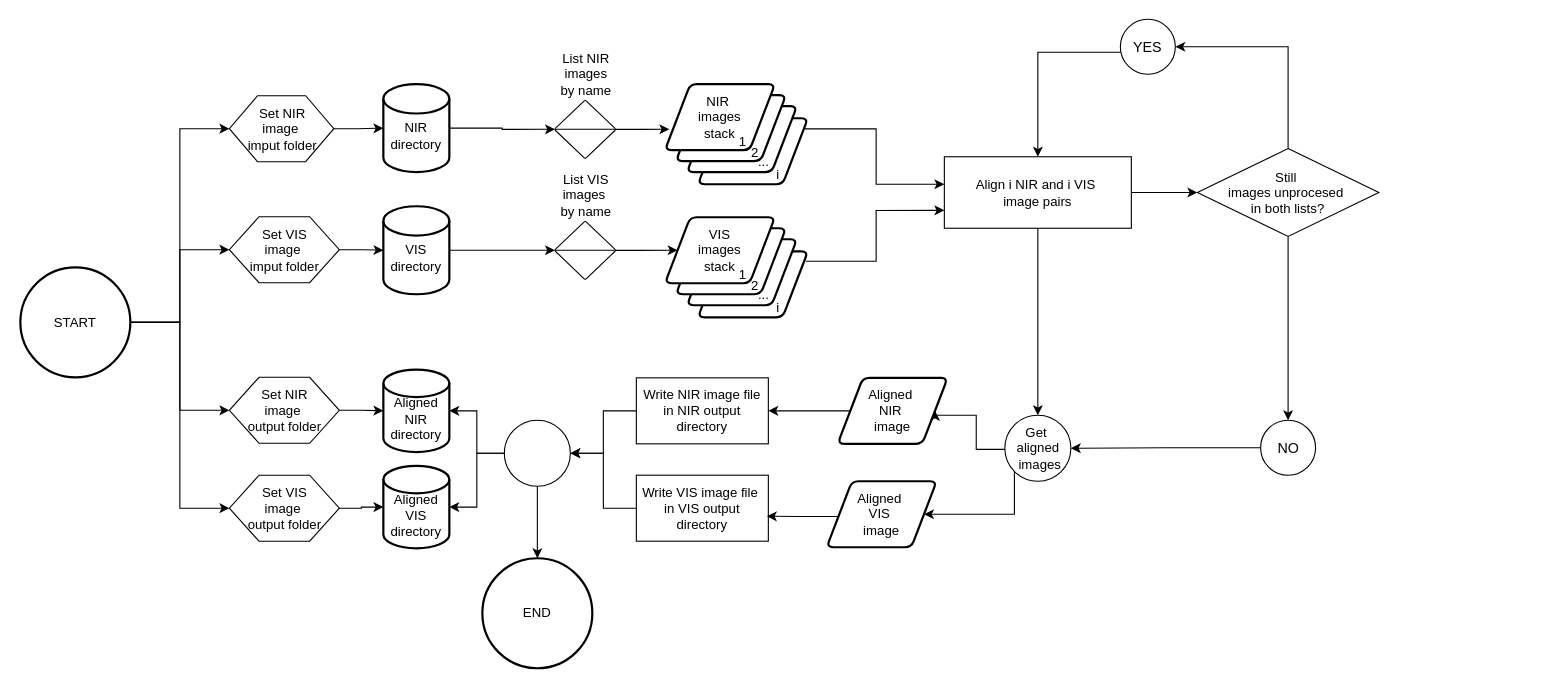
Before: vignettes/vignette_ImageJ_preprocessing/Alignment_Process_macro_diagram.drawio in MMolBus/PhotomossR, a draw.io diagram. Source tidied: cells renumbered, new cells numbered last; positions are measured from the earlier drawing's top-left corner, leaving out a move shared by most shapes. Both pictures are drawn from the tidied source at 110%, with x=0, y=0 at pixel (20, 19).
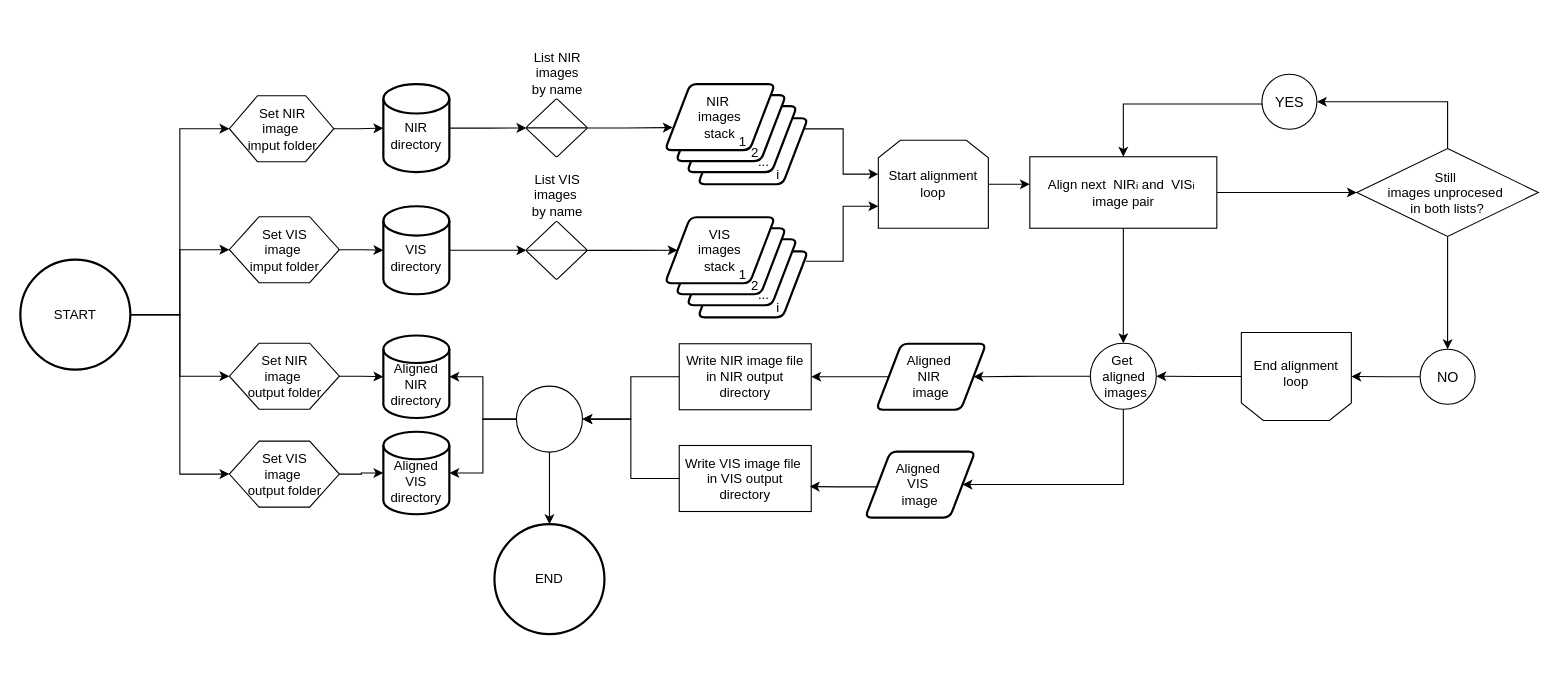
After the change.

Commit message:
refactor: Alignment_Process_macro_diagram.drawio add loop limits

The change refers to these unchanged cells:
```xml
<mxCell id="37" style="shape=parallelogram;html=1;strokeWidth=2;perimeter=parallelogramPerimeter;whiteSpace=wrap;rounded=1;arcSize=12;size=0.23;" parent="36" vertex="1">
  <mxGeometry x="30" y="31" width="100" height="60" as="geometry" />
</mxCell>
<mxCell id="40" value="&lt;span style=&quot;background-color: transparent; color: light-dark(rgb(0, 0, 0), rgb(255, 255, 255));&quot;&gt;NIR&amp;nbsp;&lt;/span&gt;&lt;div&gt;&lt;div&gt;images&lt;/div&gt;&lt;/div&gt;&lt;div&gt;stack&lt;/div&gt;" style="shape=parallelogram;html=1;strokeWidth=2;perimeter=parallelogramPerimeter;whiteSpace=wrap;rounded=1;arcSize=12;size=0.23;" parent="36" vertex="1">
  <mxGeometry width="100" height="60" as="geometry" />
</mxCell>
<mxCell id="47" style="shape=parallelogram;html=1;strokeWidth=2;perimeter=parallelogramPerimeter;whiteSpace=wrap;rounded=1;arcSize=12;size=0.23;" parent="46" vertex="1">
  <mxGeometry x="30" y="31" width="100" height="60" as="geometry" />
</mxCell>
```

What changed in the source:
```diff
@@
     <mxCell id="9" value="START" style="strokeWidth=2;html=1;shape=mxgraph.flowchart.start_2;whiteSpace=wrap;" parent="1" vertex="1">
-      <mxGeometry y="225.5" width="100" height="100" as="geometry" />
+      <mxGeometry y="218.5" width="100" height="100" as="geometry" />
     </mxCell>
@@
     <mxCell id="11" value="Set NIR&lt;div&gt;image&amp;nbsp;&lt;/div&gt;&lt;div&gt;output folder&lt;/div&gt;" style="verticalLabelPosition=middle;verticalAlign=middle;html=1;shape=hexagon;perimeter=hexagonPerimeter2;arcSize=6;size=0.27;labelPosition=center;align=center;" parent="1" vertex="1">
-      <mxGeometry x="190" y="325.5" width="100" height="60" as="geometry" />
+      <mxGeometry x="190" y="294.5" width="100" height="60" as="geometry" />
     </mxCell>
     <mxCell id="12" value="Set VIS&lt;div&gt;image&amp;nbsp;&lt;/div&gt;&lt;div&gt;output folder&lt;/div&gt;" style="verticalLabelPosition=middle;verticalAlign=middle;html=1;shape=hexagon;perimeter=hexagonPerimeter2;arcSize=6;size=0.27;labelPosition=center;align=center;" parent="1" vertex="1">
-      <mxGeometry x="190" y="414.5" width="100" height="60" as="geometry" />
+      <mxGeometry x="190" y="383.5" width="100" height="60" as="geometry" />
     </mxCell>
-    <mxCell id="13" style="edgeStyle=orthogonalEdgeStyle;rounded=0;jettySize=auto;html=1;" parent="1" edge="1" source="14">
-      <mxGeometry relative="1" as="geometry">
-        <mxPoint x="590" y="100" as="targetPoint" />
-      </mxGeometry>
+    <mxCell id="13" style="edgeStyle=orthogonalEdgeStyle;rounded=0;jettySize=auto;html=1;entryX=0.071;entryY=0.657;entryDx=0;entryDy=0;entryPerimeter=0;" parent="1" edge="1" source="14" target="40">
+      <mxGeometry relative="1" as="geometry" />
     </mxCell>
     <mxCell id="14" value="&lt;span style=&quot;background-color: rgb(255, 255, 255);&quot;&gt;List NIR&lt;/span&gt;&lt;div&gt;&lt;span style=&quot;background-color: transparent; color: light-dark(rgb(0, 0, 0), rgb(255, 255, 255));&quot;&gt;images&lt;/span&gt;&lt;/div&gt;&lt;div&gt;&lt;span style=&quot;background-color: transparent; color: light-dark(rgb(0, 0, 0), rgb(255, 255, 255));&quot;&gt;by name&lt;/span&gt;&lt;/div&gt;" style="verticalLabelPosition=top;verticalAlign=bottom;html=1;shape=mxgraph.flowchart.sort;labelPosition=center;align=center;horizontal=1;fontSize=12;" parent="1" vertex="1">
-      <mxGeometry x="486" y="73.8" width="55" height="52.5" as="geometry" />
+      <mxGeometry x="460" y="72.5" width="55" height="52.5" as="geometry" />
     </mxCell>
@@
     <mxCell id="16" value="List VIS&lt;div&gt;images&amp;nbsp;&lt;/div&gt;&lt;div&gt;by name&lt;/div&gt;" style="verticalLabelPosition=top;verticalAlign=bottom;html=1;shape=mxgraph.flowchart.sort;labelPosition=center;align=center;horizontal=1;fontSize=12;" parent="1" vertex="1">
-      <mxGeometry x="486" y="183.8" width="55" height="52.5" as="geometry" />
+      <mxGeometry x="460" y="183.8" width="55" height="52.5" as="geometry" />
     </mxCell>
@@
-    <mxCell id="18" value="Align i NIR and i VIS&amp;nbsp;&lt;div&gt;image pairs&lt;/div&gt;" style="rounded=0;whiteSpace=wrap;html=1;" parent="1" vertex="1">
-      <mxGeometry x="840" y="125" width="170" height="65" as="geometry" />
+    <mxCell id="18" value="Align next&amp;nbsp; NIR&lt;font style=&quot;font-size: 9px;&quot;&gt;i&lt;/font&gt;&amp;nbsp;and&amp;nbsp; VIS&lt;span style=&quot;font-size: 9px;&quot;&gt;i&lt;/span&gt;&amp;nbsp;&lt;div&gt;image pair&lt;/div&gt;" style="rounded=0;whiteSpace=wrap;html=1;" parent="1" vertex="1">
+      <mxGeometry x="917.7" y="125" width="170" height="65" as="geometry" />
     </mxCell>
     <mxCell id="19" style="edgeStyle=orthogonalEdgeStyle;rounded=0;jettySize=auto;html=1;entryX=1;entryY=0.5;entryDx=0;entryDy=0;exitX=0.5;exitY=0;exitDx=0;exitDy=0;" parent="1" edge="1" source="21" target="23">
-      <mxGeometry relative="1" as="geometry" />
+      <mxGeometry relative="1" as="geometry">
+        <Array as="points">
+          <mxPoint x="1298" y="75" />
+        </Array>
+      </mxGeometry>
     </mxCell>
@@
     <mxCell id="21" value="Still&amp;nbsp;&lt;div&gt;images unprocesed&amp;nbsp;&lt;div&gt;in both lists?&lt;/div&gt;&lt;/div&gt;" style="rhombus;whiteSpace=wrap;html=1;" parent="1" vertex="1">
-      <mxGeometry x="1070" y="117.5" width="165" height="80" as="geometry" />
+      <mxGeometry x="1215" y="117.5" width="165" height="80" as="geometry" />
     </mxCell>
-    <mxCell id="22" style="edgeStyle=orthogonalEdgeStyle;rounded=0;jettySize=auto;html=1;entryX=0.5;entryY=0;entryDx=0;entryDy=0;" parent="1" edge="1" source="23" target="18">
+    <mxCell id="22" style="edgeStyle=orthogonalEdgeStyle;rounded=0;jettySize=auto;html=1;exitX=0;exitY=0.5;exitDx=0;exitDy=0;entryX=0.5;entryY=0;entryDx=0;entryDy=0;" parent="1" edge="1" target="18">
       <mxGeometry relative="1" as="geometry">
+        <mxPoint x="1128.7" y="78" as="sourcePoint" />
         <Array as="points">
-          <mxPoint x="925" y="30" />
+          <mxPoint x="1003" y="77" />
         </Array>
       </mxGeometry>
     </mxCell>
     <mxCell id="23" value="&lt;span style=&quot;font-size: 13px; text-wrap-mode: nowrap; background-color: rgb(255, 255, 255);&quot;&gt;YES&lt;/span&gt;" style="ellipse;whiteSpace=wrap;html=1;" parent="1" vertex="1">
-      <mxGeometry x="1000" width="50" height="50" as="geometry" />
+      <mxGeometry x="1128.7" y="50" width="50" height="50" as="geometry" />
     </mxCell>
     <mxCell id="24" value="&lt;span style=&quot;font-size: 13px; text-wrap-mode: nowrap; background-color: rgb(255, 255, 255);&quot;&gt;NO&lt;/span&gt;" style="ellipse;whiteSpace=wrap;html=1;" parent="1" vertex="1">
-      <mxGeometry x="1127.5" y="364.5" width="50" height="50" as="geometry" />
+      <mxGeometry x="1272.5" y="300" width="50" height="50" as="geometry" />
     </mxCell>
@@
     <mxCell id="26" value="Aligned&amp;nbsp;&lt;div&gt;NIR&amp;nbsp;&lt;div&gt;image&lt;/div&gt;&lt;/div&gt;" style="shape=parallelogram;html=1;strokeWidth=2;perimeter=parallelogramPerimeter;whiteSpace=wrap;rounded=1;arcSize=12;size=0.23;" parent="1" vertex="1">
-      <mxGeometry x="743" y="326" width="100" height="60" as="geometry" />
+      <mxGeometry x="778" y="295" width="100" height="60" as="geometry" />
     </mxCell>
     <mxCell id="27" value="Aligned&amp;nbsp;&lt;div&gt;VIS&amp;nbsp;&lt;div&gt;image&lt;/div&gt;&lt;/div&gt;" style="shape=parallelogram;html=1;strokeWidth=2;perimeter=parallelogramPerimeter;whiteSpace=wrap;rounded=1;arcSize=12;size=0.23;" parent="1" vertex="1">
-      <mxGeometry x="733" y="420" width="100" height="60" as="geometry" />
+      <mxGeometry x="768" y="393" width="100" height="60" as="geometry" />
     </mxCell>
     <mxCell id="28" value="&lt;div&gt;&lt;br&gt;&lt;/div&gt;&lt;div&gt;Aligned&lt;/div&gt;&lt;div&gt;NIR&lt;/div&gt;&lt;div&gt;directory&lt;/div&gt;" style="strokeWidth=2;html=1;shape=mxgraph.flowchart.database;whiteSpace=wrap;" parent="1" vertex="1">
-      <mxGeometry x="330" y="318.5" width="60" height="75" as="geometry" />
+      <mxGeometry x="330" y="287.5" width="60" height="75" as="geometry" />
     </mxCell>
     <mxCell id="29" value="&lt;div&gt;&lt;br&gt;&lt;/div&gt;Aligned&lt;div&gt;VIS&lt;div&gt;directory&lt;/div&gt;&lt;/div&gt;" style="strokeWidth=2;html=1;shape=mxgraph.flowchart.database;whiteSpace=wrap;" parent="1" vertex="1">
-      <mxGeometry x="330" y="406" width="60" height="75" as="geometry" />
+      <mxGeometry x="330" y="375" width="60" height="75" as="geometry" />
     </mxCell>
@@
-    <mxCell id="31" style="edgeStyle=orthogonalEdgeStyle;rounded=0;jettySize=auto;html=1;entryX=1;entryY=0.5;entryDx=0;entryDy=0;" parent="1" edge="1" target="26">
-      <mxGeometry relative="1" as="geometry">
-        <mxPoint x="895" y="391" as="sourcePoint" />
-        <Array as="points">
-          <mxPoint x="869" y="391" />
-          <mxPoint x="869" y="360" />
-          <mxPoint x="832" y="360" />
-        </Array>
-      </mxGeometry>
-    </mxCell>
+    <mxCell id="74" style="edgeStyle=orthogonalEdgeStyle;rounded=0;jettySize=auto;html=1;entryX=1;entryY=0.5;entryDx=0;entryDy=0;" parent="1" edge="1" source="33" target="26">
+      <mxGeometry relative="1" as="geometry" />
+    </mxCell>
-    <mxCell id="32" style="edgeStyle=orthogonalEdgeStyle;rounded=0;jettySize=auto;html=1;exitX=0.145;exitY=0.855;exitDx=0;exitDy=0;exitPerimeter=0;entryX=1;entryY=0.5;entryDx=0;entryDy=0;" parent="1" edge="1" source="33" target="27">
+    <mxCell id="32" style="edgeStyle=orthogonalEdgeStyle;rounded=0;jettySize=auto;html=1;entryX=1;entryY=0.5;entryDx=0;entryDy=0;" parent="1" edge="1" source="33" target="27">
       <mxGeometry relative="1" as="geometry">
         <Array as="points">
-          <mxPoint x="904" y="450" />
+          <mxPoint x="1003" y="423" />
         </Array>
       </mxGeometry>
     </mxCell>
     <mxCell id="33" value="Get&amp;nbsp;&lt;div&gt;aligned&lt;/div&gt;&lt;div&gt;&amp;nbsp;images&lt;/div&gt;" style="verticalLabelPosition=middle;verticalAlign=middle;html=1;shape=mxgraph.flowchart.on-page_reference;labelPosition=center;align=center;" parent="1" vertex="1">
-      <mxGeometry x="895" y="360" width="60" height="60" as="geometry" />
+      <mxGeometry x="972.7" y="294.5" width="60" height="60" as="geometry" />
     </mxCell>
@@
-    <mxCell id="55" style="edgeStyle=orthogonalEdgeStyle;rounded=0;jettySize=auto;html=1;entryX=0;entryY=0.385;entryDx=0;entryDy=0;exitX=0.972;exitY=0.161;exitDx=0;exitDy=0;exitPerimeter=0;entryPerimeter=0;" parent="1" edge="1" source="37" target="18">
+    <mxCell id="55" style="edgeStyle=orthogonalEdgeStyle;rounded=0;jettySize=auto;html=1;entryX=0;entryY=0.385;entryDx=0;entryDy=0;exitX=1;exitY=0.5;exitDx=0;exitDy=0;entryPerimeter=0;" parent="1" edge="1" source="76" target="18">
       <mxGeometry relative="1" as="geometry" />
     </mxCell>
-    <mxCell id="56" style="edgeStyle=orthogonalEdgeStyle;rounded=0;jettySize=auto;html=1;entryX=0;entryY=0.75;entryDx=0;entryDy=0;exitX=0.983;exitY=0.15;exitDx=0;exitDy=0;exitPerimeter=0;" parent="1" edge="1" source="47" target="18">
+    <mxCell id="56" style="edgeStyle=orthogonalEdgeStyle;rounded=0;jettySize=auto;html=1;entryX=0;entryY=0.75;entryDx=0;entryDy=0;exitX=0.983;exitY=0.15;exitDx=0;exitDy=0;exitPerimeter=0;" parent="1" edge="1" source="47" target="76">
       <mxGeometry relative="1" as="geometry" />
     </mxCell>
-    <mxCell id="57" style="edgeStyle=orthogonalEdgeStyle;rounded=0;jettySize=auto;html=1;entryX=1;entryY=0.5;entryDx=0;entryDy=0;entryPerimeter=0;" parent="1" edge="1" source="24" target="33">
-      <mxGeometry relative="1" as="geometry" />
-    </mxCell>
     <mxCell id="58" value="Write NIR image file in NIR output directory" style="whiteSpace=wrap;html=1;" parent="1" vertex="1">
-      <mxGeometry x="560" y="326" width="120" height="60" as="geometry" />
+      <mxGeometry x="599" y="295" width="120" height="60" as="geometry" />
     </mxCell>
     <mxCell id="59" value="Write VIS image file&amp;nbsp;&lt;div&gt;in VIS output directory&lt;/div&gt;" style="whiteSpace=wrap;html=1;" parent="1" vertex="1">
-      <mxGeometry x="560" y="414.5" width="120" height="60" as="geometry" />
+      <mxGeometry x="599" y="387.5" width="120" height="60" as="geometry" />
     </mxCell>
@@
     <mxCell id="63" value="END" style="strokeWidth=2;html=1;shape=mxgraph.flowchart.start_2;whiteSpace=wrap;" parent="1" vertex="1">
-      <mxGeometry x="420" y="490" width="100" height="100" as="geometry" />
+      <mxGeometry x="431" y="459" width="100" height="100" as="geometry" />
     </mxCell>
@@
     <mxCell id="71" style="verticalLabelPosition=middle;verticalAlign=middle;html=1;shape=mxgraph.flowchart.on-page_reference;labelPosition=center;align=center;" parent="1" vertex="1">
-      <mxGeometry x="440" y="364.5" width="60" height="60" as="geometry" />
+      <mxGeometry x="451" y="333.5" width="60" height="60" as="geometry" />
     </mxCell>
@@
+    <mxCell id="75" style="edgeStyle=orthogonalEdgeStyle;rounded=0;jettySize=auto;html=1;entryX=0;entryY=0.385;entryDx=0;entryDy=0;exitX=0.972;exitY=0.161;exitDx=0;exitDy=0;exitPerimeter=0;entryPerimeter=0;" parent="1" edge="1" source="37" target="76">
+      <mxGeometry relative="1" as="geometry" />
+    </mxCell>
+    <mxCell id="76" value="Start alignment loop" style="shape=loopLimit;whiteSpace=wrap;html=1;" parent="1" vertex="1">
+      <mxGeometry x="780" y="110" width="100" height="80" as="geometry" />
+    </mxCell>
+    <mxCell id="77" style="group;" parent="1" vertex="1">
+      <mxGeometry x="1110" y="284.8" width="100" height="80" as="geometry" />
+    </mxCell>
+    <mxCell id="78" style="group;" parent="77" vertex="1">
+      <mxGeometry width="100" height="80" as="geometry" />
+    </mxCell>
+    <mxCell id="79" style="shape=loopLimit;whiteSpace=wrap;html=1;rotation=-180;" parent="78" vertex="1">
+      <mxGeometry width="100" height="80" as="geometry" />
+    </mxCell>
+    <mxCell id="80" value="End alignment loop" style="text;html=1;whiteSpace=wrap;strokeColor=none;fillColor=none;align=center;verticalAlign=middle;rounded=0;" parent="78" vertex="1">
+      <mxGeometry x="5" y="4" width="90" height="66.5" as="geometry" />
+    </mxCell>
+    <mxCell id="81" style="edgeStyle=orthogonalEdgeStyle;rounded=0;jettySize=auto;html=1;entryX=0;entryY=0.5;entryDx=0;entryDy=0;" parent="1" edge="1" source="24" target="79">
+      <mxGeometry relative="1" as="geometry" />
+    </mxCell>
+    <mxCell id="82" style="edgeStyle=orthogonalEdgeStyle;rounded=0;jettySize=auto;html=1;entryX=1;entryY=0.5;entryDx=0;entryDy=0;entryPerimeter=0;exitX=1;exitY=0.5;exitDx=0;exitDy=0;" parent="1" edge="1" source="79" target="33">
+      <mxGeometry relative="1" as="geometry" />
+    </mxCell>
```
